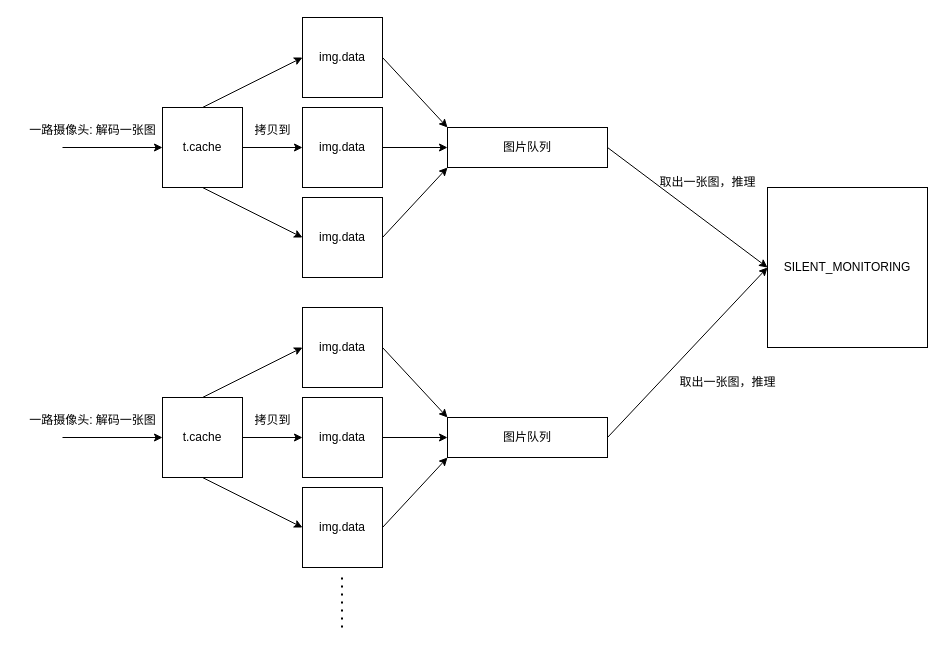
DaskiSnow/drawioFiles keeps this draw.io diagram as 图片数据流动.drawio. Above is the earlier version. Source tidied: cells renumbered, new cells numbered last; positions are measured from the earlier drawing's top-left corner, leaving out a move shared by most shapes. Both pictures are drawn from the tidied source at 100%, with x=0, y=0 at pixel (17, 17).
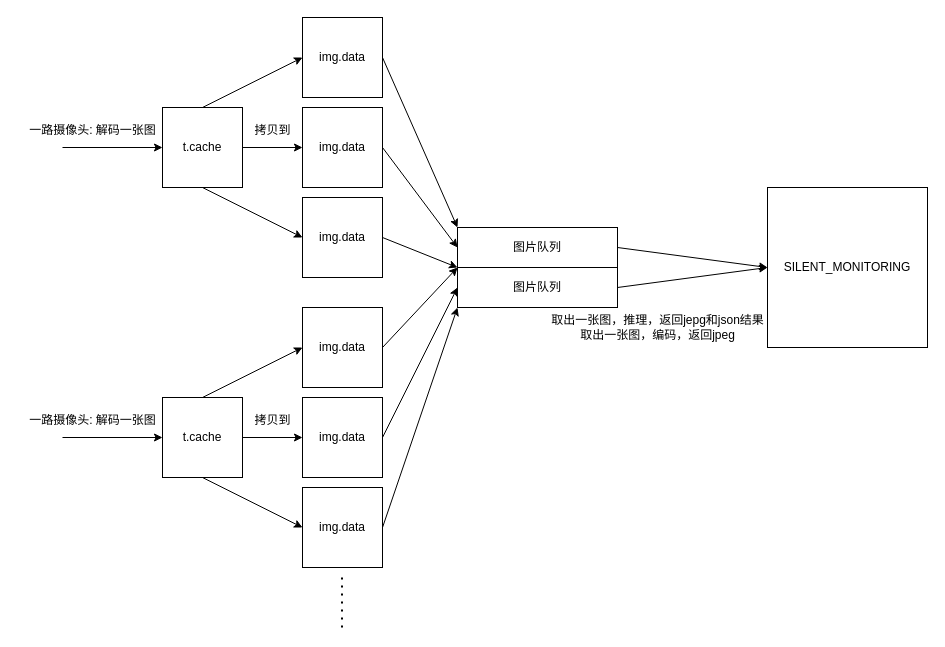
Above is the later version.

Commit message:
更新图片数据流动.drawio

What changed in the source:
```diff
@@
     <mxCell id="13" value="图片队列" style="rounded=0;whiteSpace=wrap;html=1;" parent="1" vertex="1">
-      <mxGeometry x="430" y="110" width="160" height="40" as="geometry" />
+      <mxGeometry x="440" y="210" width="160" height="40" as="geometry" />
     </mxCell>
@@
-    <mxCell id="18" value="取出一张图，推理" style="text;html=1;align=center;verticalAlign=middle;strokeColor=none;fillColor=none;" parent="1" vertex="1">
-      <mxGeometry x="630" y="150" width="120" height="30" as="geometry" />
+    <mxCell id="18" value="取出一张图，推理，返回jepg和json结果&lt;br&gt;取出一张图，编码，返回jpeg" style="text;html=1;align=center;verticalAlign=middle;strokeColor=none;fillColor=none;" parent="1" vertex="1">
+      <mxGeometry x="520" y="290" width="240" height="40" as="geometry" />
     </mxCell>
@@
     <mxCell id="29" value="图片队列" style="rounded=0;whiteSpace=wrap;html=1;" parent="1" vertex="1">
-      <mxGeometry x="430" y="400" width="160" height="40" as="geometry" />
+      <mxGeometry x="440" y="250" width="160" height="40" as="geometry" />
     </mxCell>
@@
-    <mxCell id="34" value="取出一张图，推理" style="text;html=1;align=center;verticalAlign=middle;strokeColor=none;fillColor=none;" parent="1" vertex="1">
-      <mxGeometry x="650" y="350" width="120" height="30" as="geometry" />
-    </mxCell>
```
